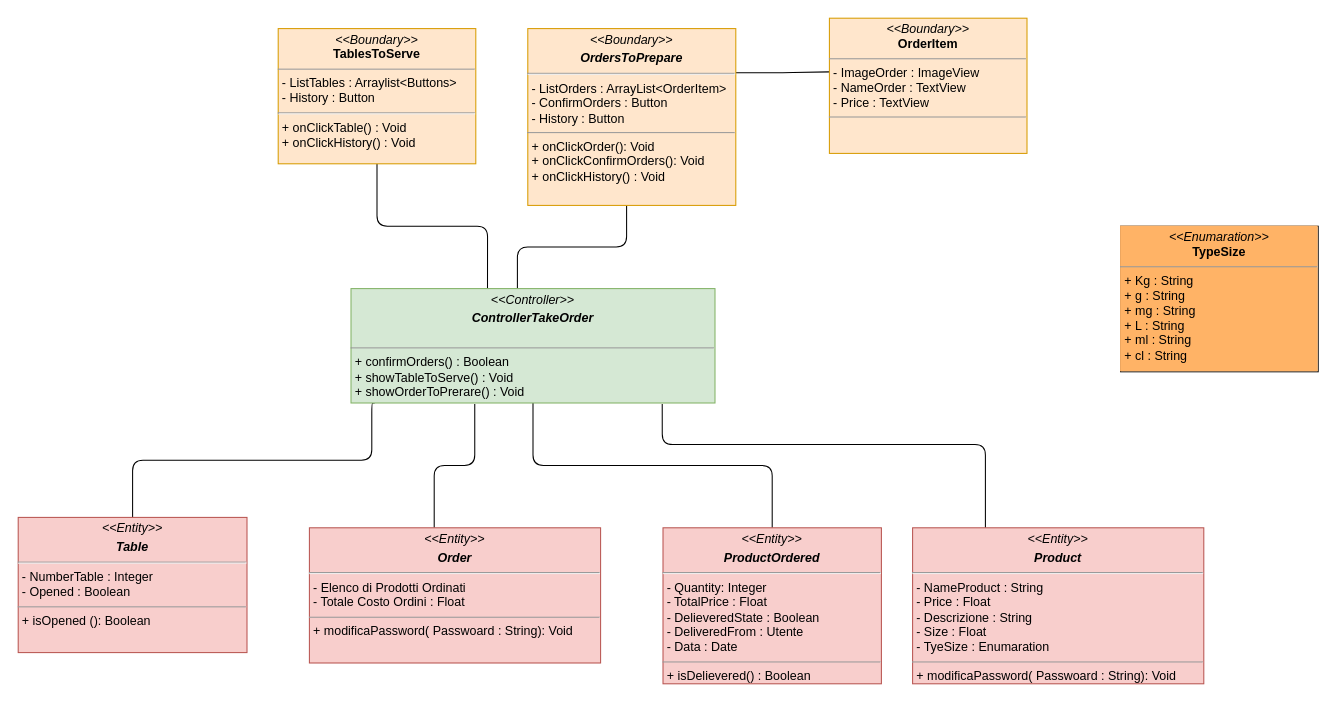
Above: page "Visualizza Cambia Stato Ordini" (7 of 8) of Documentazione/Class Diagram/Class Diagram.drawio in Chriss1618/ProgettoINGSW (draw.io), before the change. Source tidied: cells renumbered, new cells numbered last; positions are measured from the earlier drawing's top-left corner, leaving out a move shared by most shapes. Both pictures are drawn from the tidied source at 104%, with x=0, y=0 at pixel (18, 18).
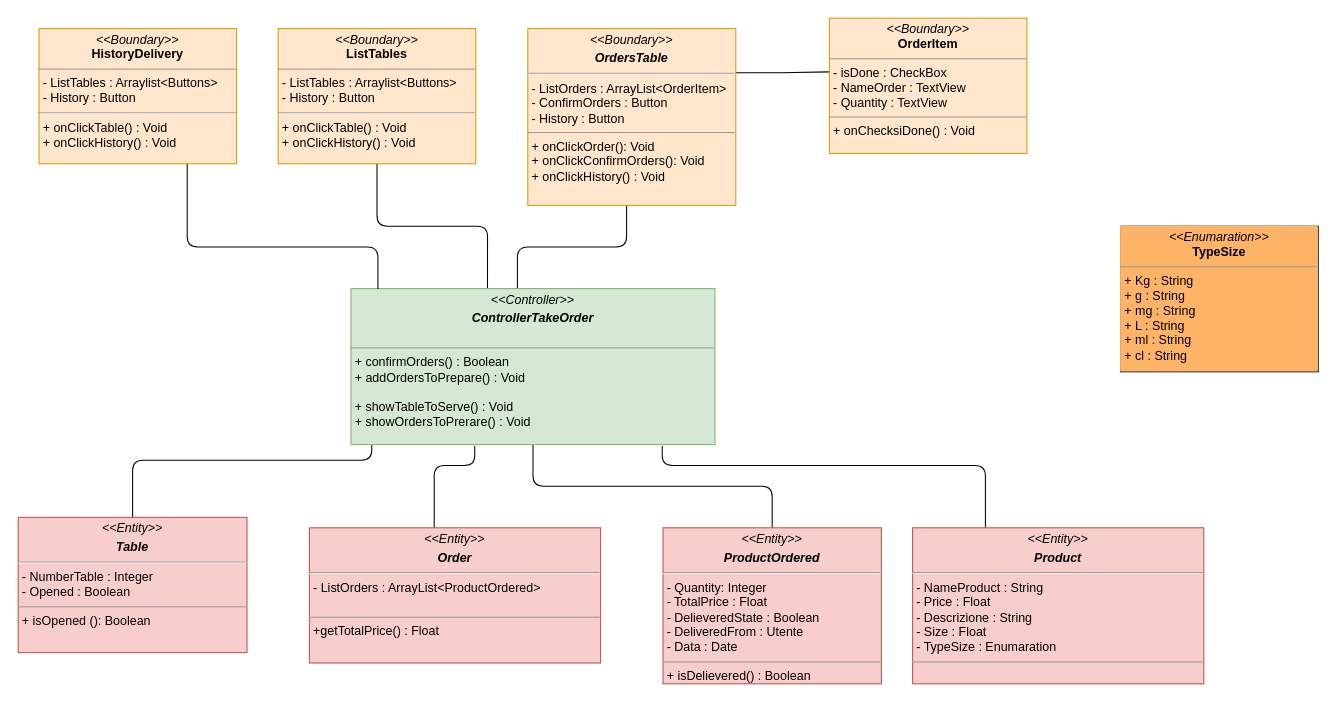
The same page after the edit.

Commit message (it also covers changes not shown here):
[ Modifica Class Diagram ] -  Aggiunto: Gestisci Inventario Visualizza Ordini Cambia Stato Ordini Registra Ordini

The edit, as a diff of the source:
```diff
@@
-    <mxCell id="3" value="&lt;p style=&quot;margin:0px;margin-top:4px;text-align:center;&quot;&gt;&lt;i&gt;&amp;lt;&amp;lt;Boundary&amp;gt;&amp;gt;&lt;/i&gt;&lt;br&gt;&lt;b&gt;TablesToServe&lt;/b&gt;&lt;/p&gt;&lt;hr size=&quot;1&quot;&gt;&lt;p style=&quot;margin:0px;margin-left:4px;&quot;&gt;- ListTables : Arraylist&amp;lt;Buttons&amp;gt;&lt;br&gt;- History : Button&amp;nbsp;&lt;/p&gt;&lt;hr&gt;&lt;p style=&quot;margin:0px;margin-left:4px;&quot;&gt;&lt;/p&gt;&lt;p style=&quot;margin:0px;margin-left:4px;&quot;&gt;+ onClickTable() : Void&lt;br&gt;&lt;/p&gt;&lt;p style=&quot;margin:0px;margin-left:4px;&quot;&gt;+ onClickHistory() : Void&lt;/p&gt;" style="verticalAlign=top;align=left;overflow=fill;fontSize=12;fontFamily=Helvetica;html=1;fillColor=#ffe6cc;strokeColor=#d79b00;" parent="1" vertex="1">
+    <mxCell id="3" value="&lt;p style=&quot;margin:0px;margin-top:4px;text-align:center;&quot;&gt;&lt;i&gt;&amp;lt;&amp;lt;Boundary&amp;gt;&amp;gt;&lt;/i&gt;&lt;br&gt;&lt;b&gt;ListTables&lt;/b&gt;&lt;/p&gt;&lt;hr size=&quot;1&quot;&gt;&lt;p style=&quot;margin:0px;margin-left:4px;&quot;&gt;- ListTables : Arraylist&amp;lt;Buttons&amp;gt;&lt;br&gt;- History : Button&amp;nbsp;&lt;/p&gt;&lt;hr&gt;&lt;p style=&quot;margin:0px;margin-left:4px;&quot;&gt;&lt;/p&gt;&lt;p style=&quot;margin:0px;margin-left:4px;&quot;&gt;+ onClickTable() : Void&lt;br&gt;&lt;/p&gt;&lt;p style=&quot;margin:0px;margin-left:4px;&quot;&gt;+ onClickHistory() : Void&lt;/p&gt;" style="verticalAlign=top;align=left;overflow=fill;fontSize=12;fontFamily=Helvetica;html=1;fillColor=#ffe6cc;strokeColor=#d79b00;" parent="1" vertex="1">
       <mxGeometry x="250" y="10" width="190" height="130" as="geometry" />
     </mxCell>
@@
-    <mxCell id="6" value="&lt;p style=&quot;margin:0px;margin-top:4px;text-align:center;&quot;&gt;&lt;i&gt;&amp;lt;&amp;lt;Boundary&amp;gt;&amp;gt;&lt;/i&gt;&lt;br&gt;&lt;/p&gt;&lt;p style=&quot;margin:0px;margin-top:4px;text-align:center;&quot;&gt;&lt;i&gt;&lt;b&gt;OrdersToPrepare&lt;/b&gt;&lt;/i&gt;&lt;/p&gt;&lt;hr&gt;&lt;p style=&quot;margin:0px;margin-left:4px;&quot;&gt;- ListOrders : ArrayList&amp;lt;OrderItem&amp;gt;&lt;/p&gt;&lt;p style=&quot;margin:0px;margin-left:4px;&quot;&gt;- ConfirmOrders : Button&lt;/p&gt;&lt;p style=&quot;margin:0px;margin-left:4px;&quot;&gt;- History : Button&lt;br&gt;&lt;/p&gt;&lt;hr size=&quot;1&quot;&gt;&lt;p style=&quot;margin:0px;margin-left:4px;&quot;&gt;+ onClickOrder(): Void&lt;br&gt;&lt;/p&gt;&lt;p style=&quot;margin:0px;margin-left:4px;&quot;&gt;+ onClickConfirmOrders(): Void&lt;br&gt;&lt;/p&gt;&lt;p style=&quot;margin:0px;margin-left:4px;&quot;&gt;+ onClickHistory() : Void&lt;br&gt;&lt;/p&gt;" style="verticalAlign=top;align=left;overflow=fill;fontSize=12;fontFamily=Helvetica;html=1;fillColor=#ffe6cc;strokeColor=#d79b00;" parent="1" vertex="1">
+    <mxCell id="6" value="&lt;p style=&quot;margin:0px;margin-top:4px;text-align:center;&quot;&gt;&lt;i&gt;&amp;lt;&amp;lt;Boundary&amp;gt;&amp;gt;&lt;/i&gt;&lt;br&gt;&lt;/p&gt;&lt;p style=&quot;margin:0px;margin-top:4px;text-align:center;&quot;&gt;&lt;i&gt;&lt;b&gt;OrdersTable&lt;/b&gt;&lt;/i&gt;&lt;/p&gt;&lt;hr&gt;&lt;p style=&quot;margin:0px;margin-left:4px;&quot;&gt;- ListOrders : ArrayList&amp;lt;OrderItem&amp;gt;&lt;/p&gt;&lt;p style=&quot;margin:0px;margin-left:4px;&quot;&gt;- ConfirmOrders : Button&lt;/p&gt;&lt;p style=&quot;margin:0px;margin-left:4px;&quot;&gt;- History : Button&lt;br&gt;&lt;/p&gt;&lt;hr size=&quot;1&quot;&gt;&lt;p style=&quot;margin:0px;margin-left:4px;&quot;&gt;+ onClickOrder(): Void&lt;br&gt;&lt;/p&gt;&lt;p style=&quot;margin:0px;margin-left:4px;&quot;&gt;+ onClickConfirmOrders(): Void&lt;br&gt;&lt;/p&gt;&lt;p style=&quot;margin:0px;margin-left:4px;&quot;&gt;+ onClickHistory() : Void&lt;br&gt;&lt;/p&gt;" style="verticalAlign=top;align=left;overflow=fill;fontSize=12;fontFamily=Helvetica;html=1;fillColor=#ffe6cc;strokeColor=#d79b00;" parent="1" vertex="1">
       <mxGeometry x="490" y="10" width="200" height="170" as="geometry" />
     </mxCell>
@@
-    <mxCell id="9" value="&lt;p style=&quot;margin:0px;margin-top:4px;text-align:center;&quot;&gt;&lt;i&gt;&amp;lt;&amp;lt;Controller&amp;gt;&amp;gt;&lt;/i&gt;&lt;br&gt;&lt;/p&gt;&lt;p style=&quot;margin:0px;margin-top:4px;text-align:center;&quot;&gt;&lt;i&gt;&lt;b&gt;ControllerTakeOrder&lt;/b&gt;&lt;/i&gt;&lt;/p&gt;&lt;br&gt;&lt;hr size=&quot;1&quot;&gt;&lt;p style=&quot;margin:0px;margin-left:4px;&quot;&gt;+ confirmOrders() : Boolean&lt;br&gt;&lt;/p&gt;&lt;p style=&quot;margin:0px;margin-left:4px;&quot;&gt;+ showTableToServe() : Void&lt;/p&gt;&lt;p style=&quot;margin:0px;margin-left:4px;&quot;&gt;+ showOrderToPrerare() : Void&lt;/p&gt;" style="verticalAlign=top;align=left;overflow=fill;fontSize=12;fontFamily=Helvetica;html=1;fillColor=#d5e8d4;strokeColor=#82b366;" parent="1" vertex="1">
-      <mxGeometry x="320" y="260" width="350" height="110" as="geometry" />
+    <mxCell id="9" value="&lt;p style=&quot;margin:0px;margin-top:4px;text-align:center;&quot;&gt;&lt;i&gt;&amp;lt;&amp;lt;Controller&amp;gt;&amp;gt;&lt;/i&gt;&lt;br&gt;&lt;/p&gt;&lt;p style=&quot;margin:0px;margin-top:4px;text-align:center;&quot;&gt;&lt;i&gt;&lt;b&gt;ControllerTakeOrder&lt;/b&gt;&lt;/i&gt;&lt;/p&gt;&lt;br&gt;&lt;hr size=&quot;1&quot;&gt;&lt;p style=&quot;margin:0px;margin-left:4px;&quot;&gt;+ confirmOrders() : Boolean&lt;br&gt;&lt;/p&gt;&lt;p style=&quot;margin:0px;margin-left:4px;&quot;&gt;+ addOrdersToPrepare() : Void&lt;/p&gt;&lt;p style=&quot;margin:0px;margin-left:4px;&quot;&gt;&lt;br&gt;&lt;/p&gt;&lt;p style=&quot;margin:0px;margin-left:4px;&quot;&gt;+ showTableToServe() : Void&lt;/p&gt;&lt;p style=&quot;margin:0px;margin-left:4px;&quot;&gt;+ showOrdersToPrerare() : Void&lt;/p&gt;" style="verticalAlign=top;align=left;overflow=fill;fontSize=12;fontFamily=Helvetica;html=1;fillColor=#d5e8d4;strokeColor=#82b366;" parent="1" vertex="1">
+      <mxGeometry x="320" y="260" width="350" height="150" as="geometry" />
     </mxCell>
@@
-    <mxCell id="12" value="&lt;p style=&quot;margin:0px;margin-top:4px;text-align:center;&quot;&gt;&lt;i&gt;&amp;lt;&amp;lt;Entity&amp;gt;&amp;gt;&lt;/i&gt;&lt;br&gt;&lt;/p&gt;&lt;p style=&quot;margin:0px;margin-top:4px;text-align:center;&quot;&gt;&lt;b&gt;&lt;i&gt;Order&lt;/i&gt;&lt;/b&gt;&lt;/p&gt;&lt;hr&gt;&lt;p style=&quot;margin:0px;margin-left:4px;&quot;&gt;- Elenco di Prodotti Ordinati&lt;/p&gt;&lt;p style=&quot;margin:0px;margin-left:4px;&quot;&gt;- Totale Costo Ordini : Float&lt;span style=&quot;background-color: initial;&quot;&gt;&amp;nbsp;&lt;/span&gt;&lt;/p&gt;&lt;hr size=&quot;1&quot;&gt;&lt;p style=&quot;margin:0px;margin-left:4px;&quot;&gt;+ modificaPassword( Passwoard : String): Void&lt;br&gt;&lt;/p&gt;" style="verticalAlign=top;align=left;overflow=fill;fontSize=12;fontFamily=Helvetica;html=1;fillColor=#f8cecc;strokeColor=#b85450;" parent="1" vertex="1">
+    <mxCell id="12" value="&lt;p style=&quot;margin:0px;margin-top:4px;text-align:center;&quot;&gt;&lt;i&gt;&amp;lt;&amp;lt;Entity&amp;gt;&amp;gt;&lt;/i&gt;&lt;br&gt;&lt;/p&gt;&lt;p style=&quot;margin:0px;margin-top:4px;text-align:center;&quot;&gt;&lt;b&gt;&lt;i&gt;Order&lt;/i&gt;&lt;/b&gt;&lt;/p&gt;&lt;hr&gt;&lt;p style=&quot;margin:0px;margin-left:4px;&quot;&gt;- ListOrders : ArrayList&amp;lt;ProductOrdered&amp;gt;&lt;/p&gt;&lt;p style=&quot;margin:0px;margin-left:4px;&quot;&gt;&lt;br&gt;&lt;/p&gt;&lt;hr size=&quot;1&quot;&gt;&lt;p style=&quot;margin:0px;margin-left:4px;&quot;&gt;+getTotalPrice() : Float&lt;/p&gt;" style="verticalAlign=top;align=left;overflow=fill;fontSize=12;fontFamily=Helvetica;html=1;fillColor=#f8cecc;strokeColor=#b85450;" parent="1" vertex="1">
       <mxGeometry x="280" y="490" width="280" height="130" as="geometry" />
     </mxCell>
     <mxCell id="13" style="edgeStyle=orthogonalEdgeStyle;rounded=1;jettySize=auto;html=1;exitX=0.25;exitY=0;exitDx=0;exitDy=0;entryX=0.855;entryY=1.009;entryDx=0;entryDy=0;entryPerimeter=0;strokeColor=default;endArrow=none;endFill=0;" parent="1" edge="1" source="14" target="9">
       <mxGeometry relative="1" as="geometry">
         <Array as="points">
-          <mxPoint x="930" y="410" />
-          <mxPoint x="619" y="410" />
+          <mxPoint x="930" y="430" />
+          <mxPoint x="619" y="430" />
         </Array>
       </mxGeometry>
     </mxCell>
-    <mxCell id="14" value="&lt;p style=&quot;margin:0px;margin-top:4px;text-align:center;&quot;&gt;&lt;i&gt;&amp;lt;&amp;lt;Entity&amp;gt;&amp;gt;&lt;/i&gt;&lt;br&gt;&lt;/p&gt;&lt;p style=&quot;margin:0px;margin-top:4px;text-align:center;&quot;&gt;&lt;b&gt;&lt;i&gt;Product&lt;/i&gt;&lt;/b&gt;&lt;/p&gt;&lt;hr&gt;&lt;p style=&quot;margin:0px;margin-left:4px;&quot;&gt;- NameProduct : String&lt;/p&gt;&lt;p style=&quot;margin:0px;margin-left:4px;&quot;&gt;- Price : Float&lt;/p&gt;&lt;p style=&quot;margin:0px;margin-left:4px;&quot;&gt;- Descrizione : String&lt;/p&gt;&lt;p style=&quot;margin:0px;margin-left:4px;&quot;&gt;- Size : Float&lt;/p&gt;&lt;p style=&quot;margin:0px;margin-left:4px;&quot;&gt;- TyeSize : Enumaration&lt;/p&gt;&lt;hr size=&quot;1&quot;&gt;&lt;p style=&quot;margin:0px;margin-left:4px;&quot;&gt;+ modificaPassword( Passwoard : String): Void&lt;br&gt;&lt;/p&gt;" style="verticalAlign=top;align=left;overflow=fill;fontSize=12;fontFamily=Helvetica;html=1;fillColor=#f8cecc;strokeColor=#b85450;" parent="1" vertex="1">
+    <mxCell id="14" value="&lt;p style=&quot;margin:0px;margin-top:4px;text-align:center;&quot;&gt;&lt;i&gt;&amp;lt;&amp;lt;Entity&amp;gt;&amp;gt;&lt;/i&gt;&lt;br&gt;&lt;/p&gt;&lt;p style=&quot;margin:0px;margin-top:4px;text-align:center;&quot;&gt;&lt;b&gt;&lt;i&gt;Product&lt;/i&gt;&lt;/b&gt;&lt;/p&gt;&lt;hr&gt;&lt;p style=&quot;margin:0px;margin-left:4px;&quot;&gt;- NameProduct : String&lt;/p&gt;&lt;p style=&quot;margin:0px;margin-left:4px;&quot;&gt;- Price : Float&lt;/p&gt;&lt;p style=&quot;margin:0px;margin-left:4px;&quot;&gt;- Descrizione : String&lt;/p&gt;&lt;p style=&quot;margin:0px;margin-left:4px;&quot;&gt;- Size : Float&lt;/p&gt;&lt;p style=&quot;margin:0px;margin-left:4px;&quot;&gt;- TypeSize : Enumaration&lt;/p&gt;&lt;hr size=&quot;1&quot;&gt;&lt;p style=&quot;margin:0px;margin-left:4px;&quot;&gt;&lt;br&gt;&lt;/p&gt;" style="verticalAlign=top;align=left;overflow=fill;fontSize=12;fontFamily=Helvetica;html=1;fillColor=#f8cecc;strokeColor=#b85450;" parent="1" vertex="1">
       <mxGeometry x="860" y="490" width="280" height="150" as="geometry" />
     </mxCell>
@@
-    <mxCell id="17" value="&lt;p style=&quot;margin:0px;margin-top:4px;text-align:center;&quot;&gt;&lt;i&gt;&amp;lt;&amp;lt;Boundary&amp;gt;&amp;gt;&lt;/i&gt;&lt;br&gt;&lt;b&gt;OrderItem&lt;/b&gt;&lt;/p&gt;&lt;hr size=&quot;1&quot;&gt;&lt;p style=&quot;margin:0px;margin-left:4px;&quot;&gt;- ImageOrder : ImageView&lt;/p&gt;&lt;p style=&quot;margin:0px;margin-left:4px;&quot;&gt;- NameOrder : TextView&lt;br&gt;- Price : TextView&lt;/p&gt;&lt;hr size=&quot;1&quot;&gt;&lt;p style=&quot;margin:0px;margin-left:4px;&quot;&gt;&lt;br&gt;&lt;/p&gt;&lt;p style=&quot;margin:0px;margin-left:4px;&quot;&gt;&lt;br&gt;&lt;/p&gt;" style="verticalAlign=top;align=left;overflow=fill;fontSize=12;fontFamily=Helvetica;html=1;fillColor=#ffe6cc;strokeColor=#d79b00;" parent="1" vertex="1">
+    <mxCell id="17" value="&lt;p style=&quot;margin:0px;margin-top:4px;text-align:center;&quot;&gt;&lt;i&gt;&amp;lt;&amp;lt;Boundary&amp;gt;&amp;gt;&lt;/i&gt;&lt;br&gt;&lt;b&gt;OrderItem&lt;/b&gt;&lt;/p&gt;&lt;hr size=&quot;1&quot;&gt;&lt;p style=&quot;margin:0px;margin-left:4px;&quot;&gt;- isDone : CheckBox&lt;/p&gt;&lt;p style=&quot;margin:0px;margin-left:4px;&quot;&gt;- NameOrder : TextView&lt;br&gt;- Quantity : TextView&lt;/p&gt;&lt;hr size=&quot;1&quot;&gt;&lt;p style=&quot;margin:0px;margin-left:4px;&quot;&gt;+ onChecksiDone() : Void&lt;/p&gt;&lt;p style=&quot;margin:0px;margin-left:4px;&quot;&gt;&lt;br&gt;&lt;/p&gt;" style="verticalAlign=top;align=left;overflow=fill;fontSize=12;fontFamily=Helvetica;html=1;fillColor=#ffe6cc;strokeColor=#d79b00;" parent="1" vertex="1">
       <mxGeometry x="780" width="190" height="130" as="geometry" />
     </mxCell>
+    <mxCell id="18" style="edgeStyle=orthogonalEdgeStyle;rounded=1;jettySize=auto;html=1;exitX=0.75;exitY=1;exitDx=0;exitDy=0;entryX=0.074;entryY=0.003;entryDx=0;entryDy=0;entryPerimeter=0;endArrow=none;endFill=0;" parent="1" edge="1" source="19" target="9">
+      <mxGeometry relative="1" as="geometry">
+        <Array as="points">
+          <mxPoint x="163" y="220" />
+          <mxPoint x="346" y="220" />
+        </Array>
+      </mxGeometry>
+    </mxCell>
+    <mxCell id="19" value="&lt;p style=&quot;margin:0px;margin-top:4px;text-align:center;&quot;&gt;&lt;i&gt;&amp;lt;&amp;lt;Boundary&amp;gt;&amp;gt;&lt;/i&gt;&lt;br&gt;&lt;b&gt;HistoryDelivery&lt;/b&gt;&lt;/p&gt;&lt;hr size=&quot;1&quot;&gt;&lt;p style=&quot;margin:0px;margin-left:4px;&quot;&gt;- ListTables : Arraylist&amp;lt;Buttons&amp;gt;&lt;br&gt;- History : Button&amp;nbsp;&lt;/p&gt;&lt;hr&gt;&lt;p style=&quot;margin:0px;margin-left:4px;&quot;&gt;&lt;/p&gt;&lt;p style=&quot;margin:0px;margin-left:4px;&quot;&gt;+ onClickTable() : Void&lt;br&gt;&lt;/p&gt;&lt;p style=&quot;margin:0px;margin-left:4px;&quot;&gt;+ onClickHistory() : Void&lt;/p&gt;" style="verticalAlign=top;align=left;overflow=fill;fontSize=12;fontFamily=Helvetica;html=1;fillColor=#ffe6cc;strokeColor=#d79b00;" parent="1" vertex="1">
+      <mxGeometry x="20" y="10" width="190" height="130" as="geometry" />
+    </mxCell>
```
